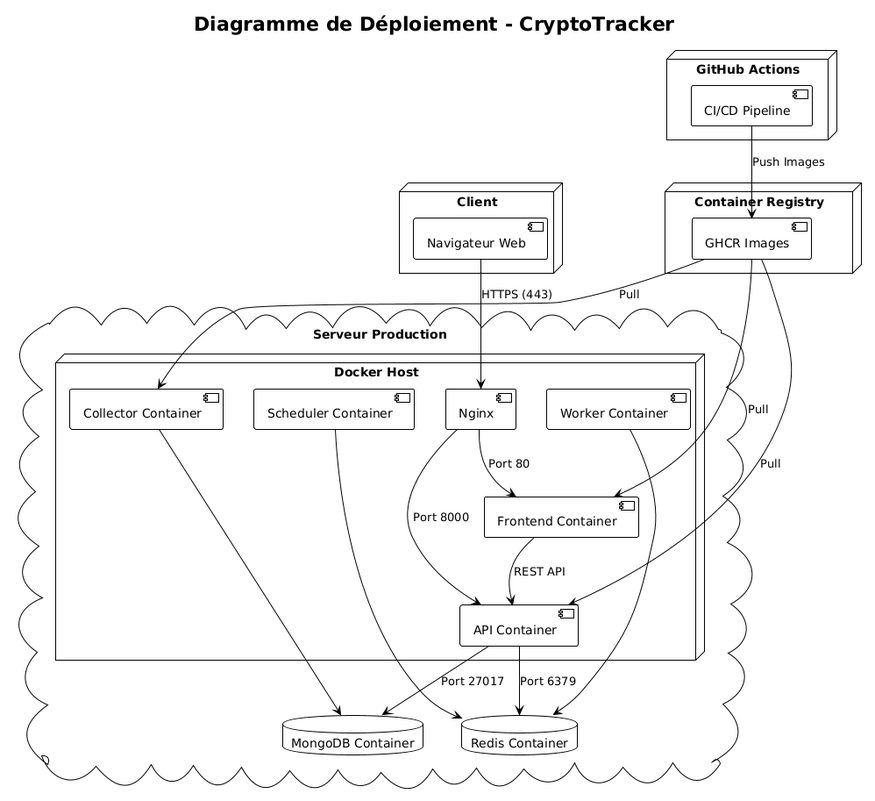
The PlantUML diagram Docs/Diagramme de Déploiement.png in kebdanisouhila218-beep/cryptocurrency-monitoring-platform, before a commit.
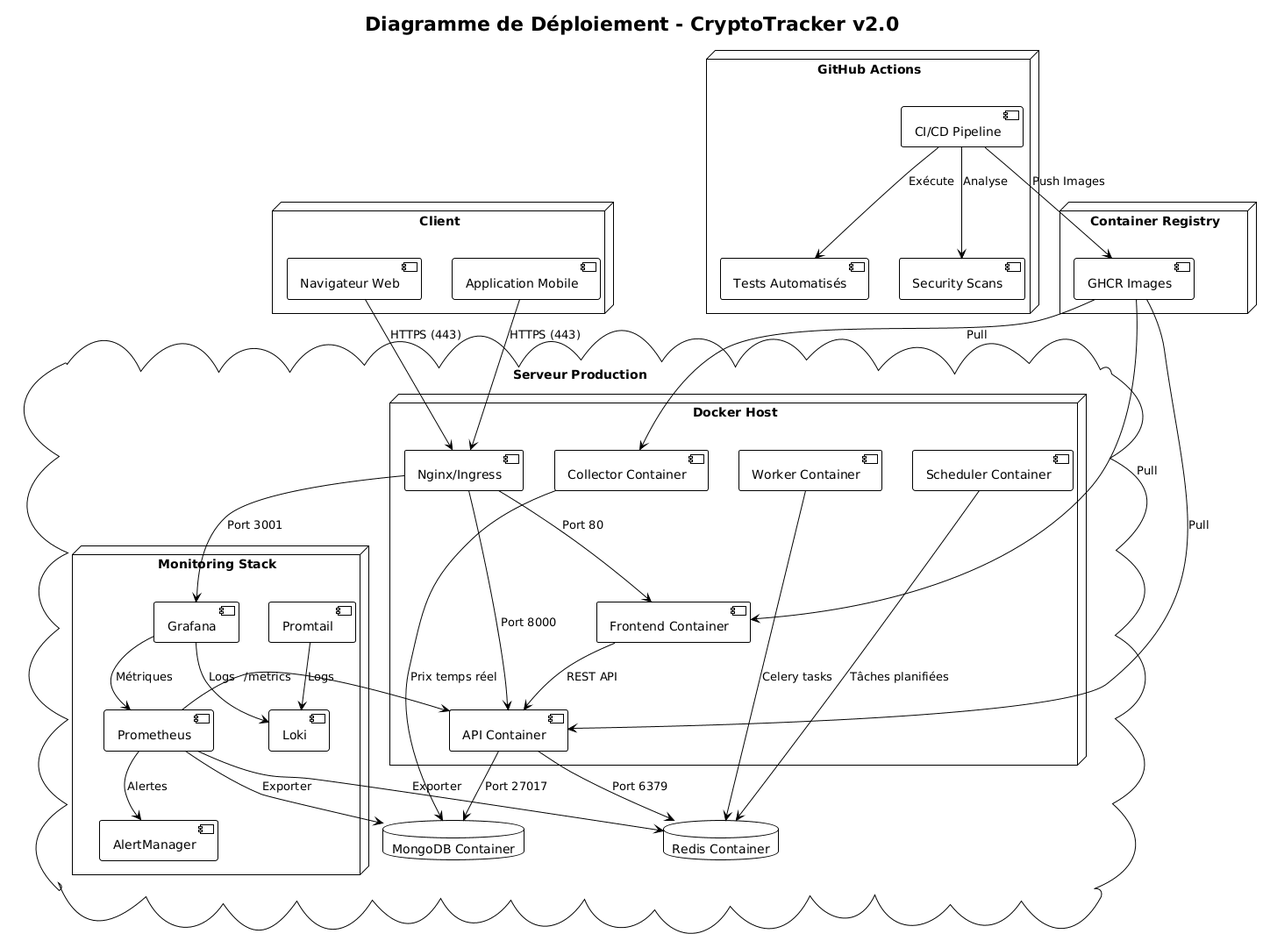
The same file after the commit.

Commit message:
Diagramme UML

What changed in the source:
```diff
@@ -1,13 +1,16 @@
 @startuml
 !theme plain
-title Diagramme de Déploiement - CryptoTracker
+title Diagramme de Déploiement - CryptoTracker v2.0
 
 node "Client" {
   [Navigateur Web] as browser
+  [Application Mobile] as mobile
 }
 
 node "GitHub Actions" {
   [CI/CD Pipeline] as cicd
+  [Tests Automatisés] as tests
+  [Security Scans] as security
 }
 
 node "Container Registry" {
@@ -16,7 +19,7 @@
 
 cloud "Serveur Production" {
   node "Docker Host" {
-    [Nginx] as nginx
+    [Nginx/Ingress] as nginx
     [Frontend Container] as frontend_c
     [API Container] as api_c
     [Collector Container] as collector_c
@@ -24,21 +27,41 @@
     [Scheduler Container] as scheduler_c
   }
 
+  node "Monitoring Stack" {
+    [Prometheus] as prometheus
+    [Grafana] as grafana
+    [Loki] as loki
+    [Promtail] as promtail
+    [AlertManager] as alertmanager
+  }
+
   database "MongoDB Container" as mongo_c
   database "Redis Container" as redis_c
 }
 
 browser --> nginx : HTTPS (443)
+mobile --> nginx : HTTPS (443)
 nginx --> frontend_c : Port 80
 nginx --> api_c : Port 8000
+nginx --> grafana : Port 3001
 
 frontend_c --> api_c : REST API
 api_c --> mongo_c : Port 27017
 api_c --> redis_c : Port 6379
-collector_c --> mongo_c
-worker_c --> redis_c
-scheduler_c --> redis_c
+collector_c --> mongo_c : Prix temps réel
+worker_c --> redis_c : Celery tasks
+scheduler_c --> redis_c : Tâches planifiées
 
+prometheus --> api_c : /metrics
+prometheus --> mongo_c : Exporter
+prometheus --> redis_c : Exporter
+promtail --> loki : Logs
+prometheus --> alertmanager : Alertes
+grafana --> prometheus : Métriques
+grafana --> loki : Logs
+
+cicd --> tests : Exécute
+cicd --> security : Analyse
 cicd --> ghcr : Push Images
 ghcr --> frontend_c : Pull
 ghcr --> api_c : Pull
```
